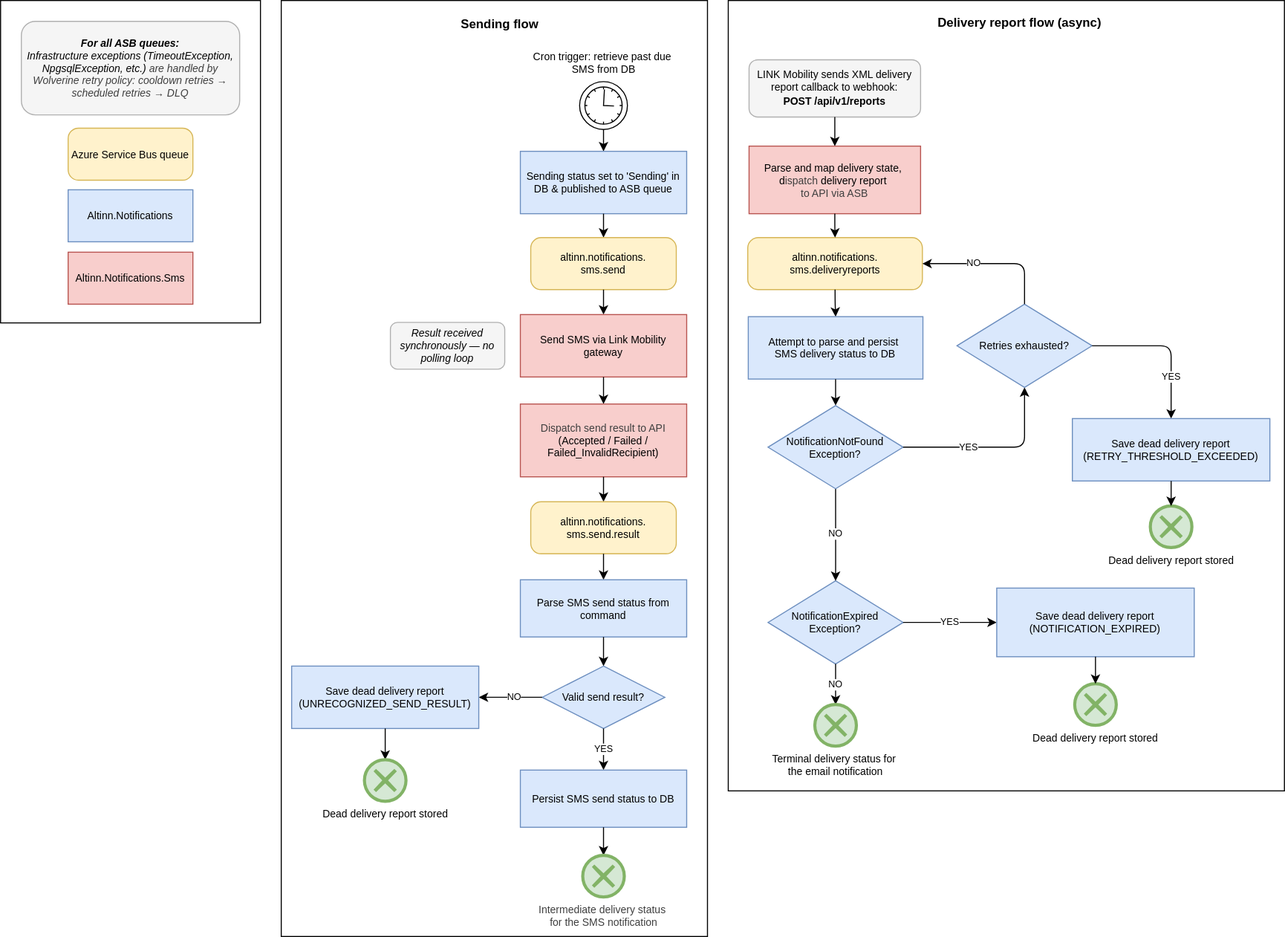
Above: docs/architecture/flowchart-sms-notifications-process.svg in Altinn/altinn-notifications (draw.io), before the change. Source tidied: cells renumbered, new cells last; positions are measured from the earlier drawing's top-left corner, leaving out a move shared by most shapes.
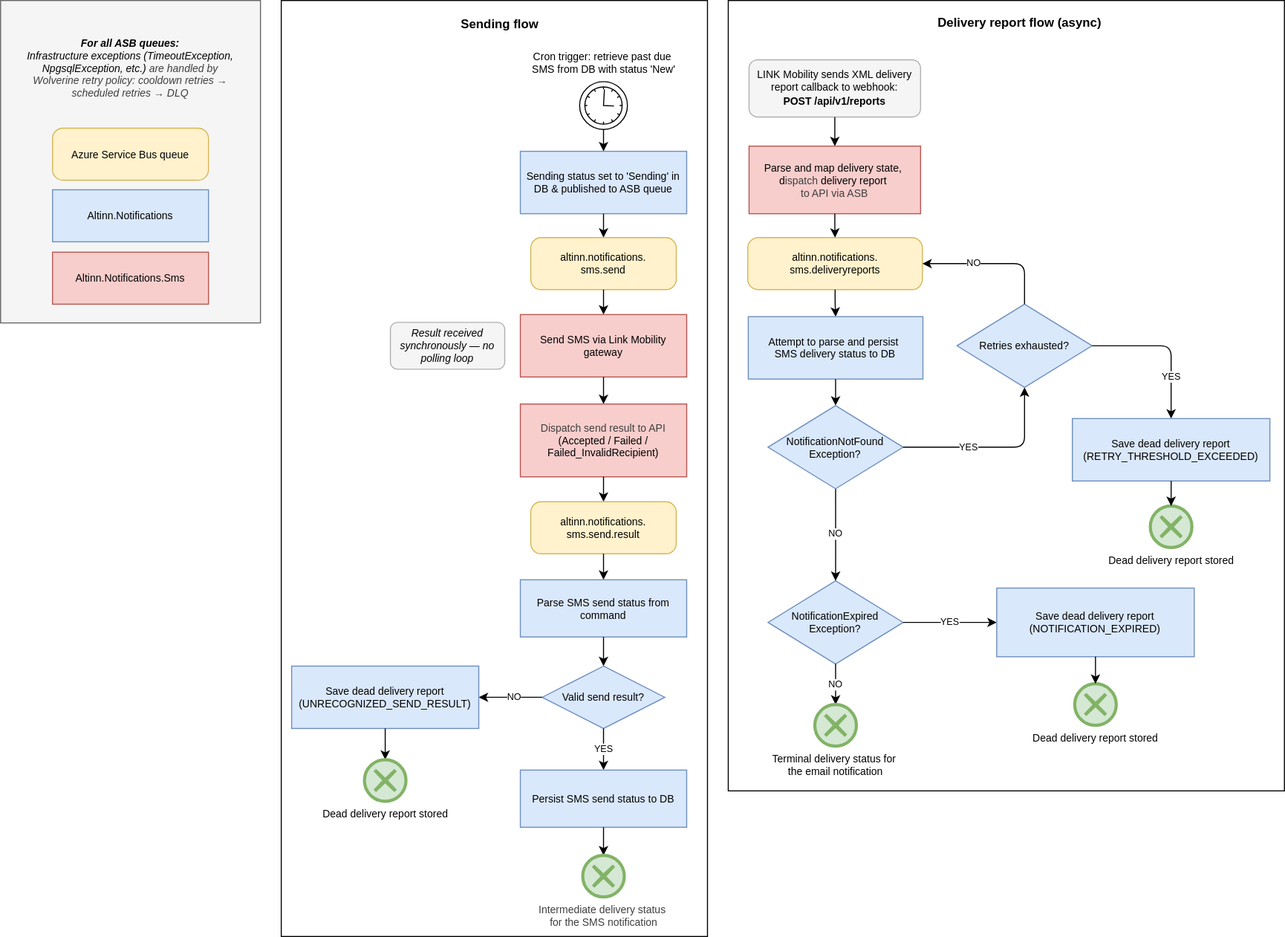
After the commit.

What changed in the source:
```diff
@@ -8,7 +8,7 @@
     <mxCell id="3" style="rounded=0;whiteSpace=wrap;html=1;" parent="1" vertex="1">
       <mxGeometry x="270" width="410" height="900" as="geometry" />
     </mxCell>
-    <mxCell id="4" style="rounded=0;whiteSpace=wrap;html=1;" parent="1" vertex="1">
+    <mxCell id="4" style="rounded=0;whiteSpace=wrap;html=1;fillColor=#f5f5f5;fontColor=#333333;strokeColor=#666666;" parent="1" vertex="1">
       <mxGeometry width="250" height="310" as="geometry" />
     </mxCell>
     <mxCell id="5" value="&lt;font style=&quot;font-size: 12px;&quot;&gt;Sending flow&lt;/font&gt;" style="text;html=1;align=center;verticalAlign=middle;strokeColor=none;fillColor=none;fontSize=11;fontStyle=1;" parent="1" vertex="1">
@@ -17,7 +17,7 @@
     <mxCell id="6" value="&lt;font style=&quot;font-size: 12px;&quot;&gt;Delivery report flow (async)&lt;/font&gt;" style="text;html=1;align=center;verticalAlign=middle;strokeColor=none;fillColor=none;fontSize=11;fontStyle=1;" parent="1" vertex="1">
       <mxGeometry x="870" y="9" width="220" height="25" as="geometry" />
     </mxCell>
-    <mxCell id="7" value="Cron trigger: retrieve past due&amp;nbsp;&lt;div&gt;SMS from DB&lt;/div&gt;" style="text;html=1;align=center;verticalAlign=middle;strokeColor=none;fillColor=none;fontSize=10;" parent="1" vertex="1">
+    <mxCell id="7" value="Cron trigger: retrieve past due&amp;nbsp;&lt;div&gt;SMS from DB with status 'New'&lt;/div&gt;" style="text;html=1;align=center;verticalAlign=middle;strokeColor=none;fillColor=none;fontSize=10;" parent="1" vertex="1">
       <mxGeometry x="480" y="45" width="200" height="30" as="geometry" />
     </mxCell>
     <mxCell id="8" style="points=[[0.145,0.145,0],[0.5,0,0],[0.855,0.145,0],[1,0.5,0],[0.855,0.855,0],[0.5,1,0],[0.145,0.855,0],[0,0.5,0]];shape=mxgraph.bpmn.event;html=1;verticalLabelPosition=bottom;labelBackgroundColor=#ffffff;verticalAlign=top;align=center;perimeter=ellipsePerimeter;outlineConnect=0;outline=standard;symbol=timer;" parent="1" vertex="1">
@@ -26,17 +26,17 @@
     <mxCell id="9" style="edgeStyle=orthogonalEdgeStyle;html=1;" parent="1" edge="1" source="8" target="14">
       <mxGeometry relative="1" as="geometry" />
     </mxCell>
-    <mxCell id="10" value="&lt;div&gt;&lt;font&gt;&lt;b&gt;For all ASB queues:&lt;/b&gt;&lt;/font&gt;&lt;/div&gt;&lt;font&gt;Infrastructure exceptions (TimeoutException, NpgsqlException, etc.)&amp;nbsp;&lt;/font&gt;&lt;span style=&quot;color: rgb(63, 63, 63); background-color: transparent;&quot;&gt;are handled by Wolverine retry policy:&amp;nbsp;&lt;/span&gt;&lt;span style=&quot;color: rgb(63, 63, 63); background-color: transparent;&quot;&gt;cooldown retries → scheduled retries → DLQ&lt;/span&gt;" style="rounded=1;whiteSpace=wrap;html=1;fillColor=#f5f5f5;strokeColor=#b0b0b0;fontSize=10;fontStyle=2;" parent="1" vertex="1">
+    <mxCell id="10" value="&lt;div&gt;&lt;font&gt;&lt;b&gt;For all ASB queues:&lt;/b&gt;&lt;/font&gt;&lt;/div&gt;&lt;font&gt;Infrastructure exceptions (TimeoutException, NpgsqlException, etc.)&amp;nbsp;&lt;/font&gt;&lt;span style=&quot;color: rgb(63, 63, 63); background-color: transparent;&quot;&gt;are handled by Wolverine retry policy:&amp;nbsp;&lt;/span&gt;&lt;span style=&quot;color: rgb(63, 63, 63); background-color: transparent;&quot;&gt;cooldown retries → scheduled retries → DLQ&lt;/span&gt;" style="rounded=1;whiteSpace=wrap;html=1;fillColor=#f5f5f5;strokeColor=none;fontSize=10;fontStyle=2;" parent="1" vertex="1">
       <mxGeometry x="20" y="20" width="210" height="90" as="geometry" />
     </mxCell>
     <mxCell id="11" value="&lt;font&gt;Altinn.Notifications&lt;/font&gt;" style="rounded=0;whiteSpace=wrap;html=1;fillColor=#dae8fc;strokeColor=#6c8ebf;fontSize=10;" parent="1" vertex="1">
-      <mxGeometry x="65" y="182" width="120" height="50" as="geometry" />
+      <mxGeometry x="50" y="182" width="150" height="50" as="geometry" />
     </mxCell>
     <mxCell id="12" value="&lt;font&gt;Azure Service Bus queue&lt;/font&gt;" style="rounded=1;whiteSpace=wrap;html=1;fillColor=#fff2cc;strokeColor=#d6b656;arcSize=20;fontSize=10;" parent="1" vertex="1">
-      <mxGeometry x="65" y="122.8" width="120" height="50" as="geometry" />
+      <mxGeometry x="50" y="122.8" width="150" height="50" as="geometry" />
     </mxCell>
     <mxCell id="13" value="&lt;font&gt;Altinn.Notifications.Sms&lt;/font&gt;" style="rounded=0;whiteSpace=wrap;html=1;fillColor=#f8cecc;strokeColor=#b85450;fontSize=10;" parent="1" vertex="1">
-      <mxGeometry x="65" y="242" width="120" height="50" as="geometry" />
+      <mxGeometry x="50" y="242" width="150" height="50" as="geometry" />
     </mxCell>
     <mxCell id="14" value="&lt;font&gt;Sending status set to 'Sending' in DB &amp;amp; published to ASB queue&lt;/font&gt;" style="rounded=0;whiteSpace=wrap;html=1;fillColor=#dae8fc;strokeColor=#6c8ebf;fontSize=10;" parent="1" vertex="1">
       <mxGeometry x="500" y="145" width="160" height="60" as="geometry" />
```
